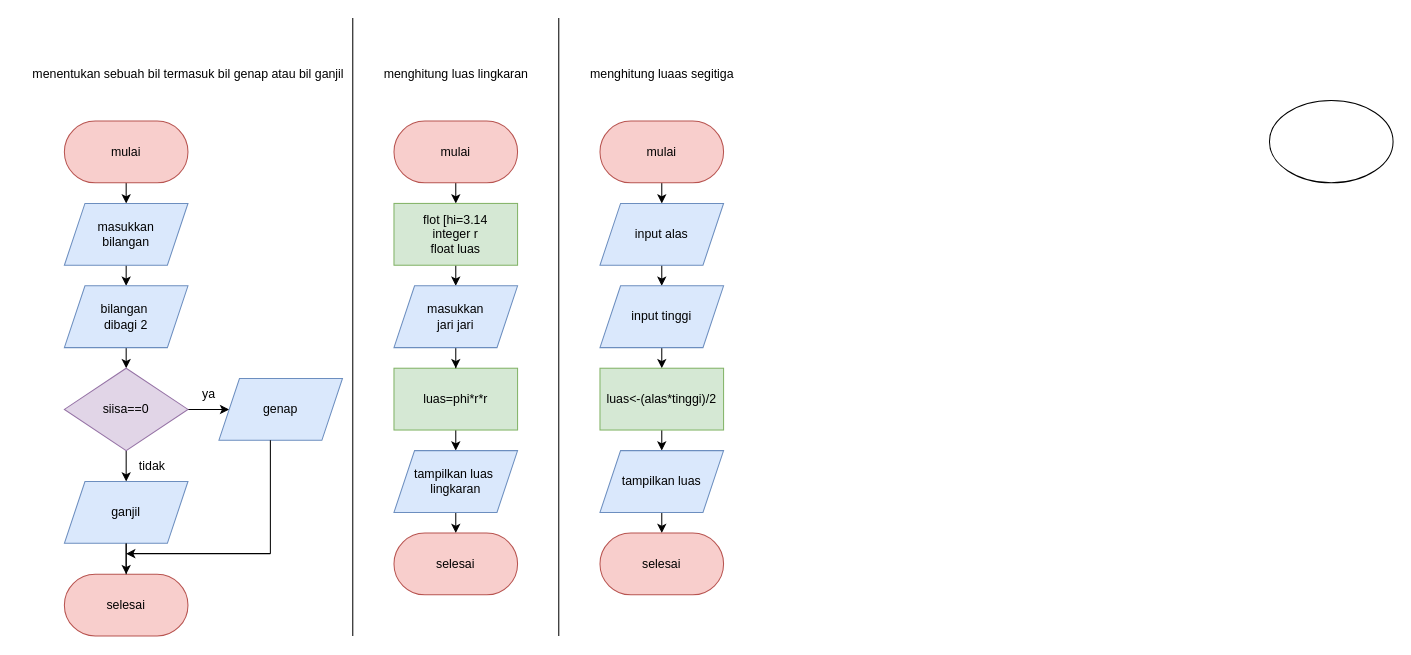
Zofita07/Algo_C_23241085 keeps this draw.io diagram as Untitled Diagram.drawio. Above is the earlier version. Source tidied: cells renumbered, new cells numbered last; positions are measured from the earlier drawing's top-left corner, leaving out a move shared by most shapes. Both pictures are drawn from the tidied source at 103%, with x=0, y=0 at pixel (18, 18).
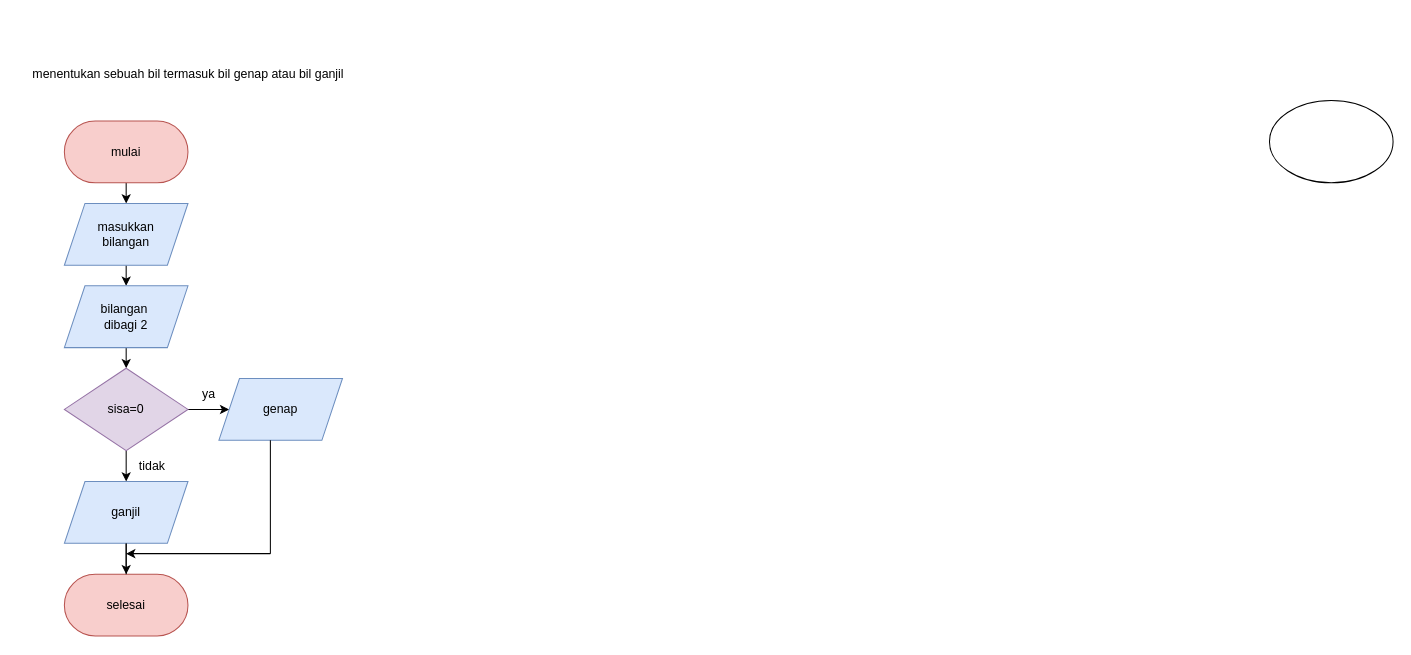
After the change.

Commit message:
Update menentuykan sebuah bil ganjil n genap

What changed in the source:
```diff
@@
-    <mxCell id="9" value="siisa==0" style="rhombus;whiteSpace=wrap;html=1;fillColor=#e1d5e7;strokeColor=#9673a6;" parent="1" vertex="1">
+    <mxCell id="9" value="sisa=0" style="rhombus;whiteSpace=wrap;html=1;fillColor=#e1d5e7;strokeColor=#9673a6;" parent="1" vertex="1">
       <mxGeometry x="45" y="340" width="120" height="80" as="geometry" />
     </mxCell>
@@
-    <mxCell id="15" style="endArrow=none;html=1;rounded=0;" parent="1" edge="1">
-      <mxGeometry relative="1" as="geometry">
-        <mxPoint x="325" y="600" as="sourcePoint" />
-        <mxPoint x="325" as="targetPoint" />
-      </mxGeometry>
-    </mxCell>
@@
-    <mxCell id="18" style="edgeStyle=orthogonalEdgeStyle;rounded=0;orthogonalLoop=1;jettySize=auto;html=1;exitX=0.5;exitY=1;exitDx=0;exitDy=0;" parent="1" edge="1">
-      <mxGeometry relative="1" as="geometry">
-        <mxPoint x="425" y="160" as="sourcePoint" />
-        <mxPoint x="425" y="180" as="targetPoint" />
-      </mxGeometry>
-    </mxCell>
-    <mxCell id="19" style="edgeStyle=orthogonalEdgeStyle;rounded=0;jettySize=auto;html=1;" parent="1" edge="1" source="20">
-      <mxGeometry relative="1" as="geometry">
-        <mxPoint x="425" y="420" as="targetPoint" />
-      </mxGeometry>
-    </mxCell>
-    <mxCell id="20" value="luas=phi*r*r" style="rounded=0;whiteSpace=wrap;html=1;fillColor=#d5e8d4;strokeColor=#82b366;" parent="1" vertex="1">
-      <mxGeometry x="365" y="340" width="120" height="60" as="geometry" />
-    </mxCell>
@@
-    <mxCell id="22" style="edgeStyle=orthogonalEdgeStyle;rounded=0;jettySize=auto;html=1;" parent="1" edge="1" source="23">
-      <mxGeometry relative="1" as="geometry">
-        <mxPoint x="425" y="500" as="targetPoint" />
-      </mxGeometry>
-    </mxCell>
-    <mxCell id="23" value="tampilkan luas&amp;nbsp;&lt;br&gt;lingkaran" style="shape=parallelogram;perimeter=parallelogramPerimeter;whiteSpace=wrap;html=1;fixedSize=1;fillColor=#dae8fc;strokeColor=#6c8ebf;" parent="1" vertex="1">
-      <mxGeometry x="365" y="420" width="120" height="60" as="geometry" />
-    </mxCell>
-    <mxCell id="24" style="edgeStyle=orthogonalEdgeStyle;rounded=0;orthogonalLoop=1;jettySize=auto;html=1;" parent="1" edge="1">
-      <mxGeometry relative="1" as="geometry">
-        <mxPoint x="425" y="240" as="sourcePoint" />
-        <mxPoint x="425" y="260" as="targetPoint" />
-      </mxGeometry>
-    </mxCell>
-    <mxCell id="25" style="edgeStyle=orthogonalEdgeStyle;rounded=0;jettySize=auto;html=1;entryX=0.5;entryY=0;entryDx=0;entryDy=0;" parent="1" edge="1" source="26" target="20">
-      <mxGeometry relative="1" as="geometry" />
-    </mxCell>
-    <mxCell id="26" value="masukkan&lt;br&gt;jari jari" style="shape=parallelogram;perimeter=parallelogramPerimeter;whiteSpace=wrap;html=1;fixedSize=1;fillColor=#dae8fc;strokeColor=#6c8ebf;" parent="1" vertex="1">
-      <mxGeometry x="365" y="260" width="120" height="60" as="geometry" />
-    </mxCell>
-    <mxCell id="27" value="flot [hi=3.14&lt;br&gt;integer r&lt;br&gt;float luas" style="rounded=0;whiteSpace=wrap;html=1;fillColor=#d5e8d4;strokeColor=#82b366;" parent="1" vertex="1">
-      <mxGeometry x="365" y="180" width="120" height="60" as="geometry" />
-    </mxCell>
-    <mxCell id="28" value="menghitung luas lingkaran" style="text;html=1;align=center;verticalAlign=middle;strokeColor=none;fillColor=none;" parent="1" vertex="1">
-      <mxGeometry x="345" y="40" width="160" height="30" as="geometry" />
-    </mxCell>
-    <mxCell id="29" style="endArrow=none;html=1;rounded=0;" parent="1" edge="1">
-      <mxGeometry relative="1" as="geometry">
-        <mxPoint x="525" y="600" as="sourcePoint" />
-        <mxPoint x="525" as="targetPoint" />
-      </mxGeometry>
-    </mxCell>
-    <mxCell id="30" style="edgeStyle=orthogonalEdgeStyle;rounded=0;orthogonalLoop=1;jettySize=auto;html=1;" parent="1" edge="1">
-      <mxGeometry relative="1" as="geometry">
-        <mxPoint x="625" y="160" as="sourcePoint" />
-        <mxPoint x="625" y="180" as="targetPoint" />
-      </mxGeometry>
-    </mxCell>
-    <mxCell id="31" style="edgeStyle=orthogonalEdgeStyle;rounded=0;jettySize=auto;html=1;" parent="1" edge="1" source="32">
-      <mxGeometry relative="1" as="geometry">
-        <mxPoint x="625" y="260" as="targetPoint" />
-      </mxGeometry>
-    </mxCell>
-    <mxCell id="32" value="input alas" style="shape=parallelogram;perimeter=parallelogramPerimeter;whiteSpace=wrap;html=1;fixedSize=1;fillColor=#dae8fc;strokeColor=#6c8ebf;" parent="1" vertex="1">
-      <mxGeometry x="565" y="180" width="120" height="60" as="geometry" />
-    </mxCell>
-    <mxCell id="33" style="edgeStyle=orthogonalEdgeStyle;rounded=0;jettySize=auto;html=1;" parent="1" edge="1" source="34">
-      <mxGeometry relative="1" as="geometry">
-        <mxPoint x="625" y="340" as="targetPoint" />
-      </mxGeometry>
-    </mxCell>
-    <mxCell id="34" value="input tinggi" style="shape=parallelogram;perimeter=parallelogramPerimeter;whiteSpace=wrap;html=1;fixedSize=1;fillColor=#dae8fc;strokeColor=#6c8ebf;" parent="1" vertex="1">
-      <mxGeometry x="565" y="260" width="120" height="60" as="geometry" />
-    </mxCell>
-    <mxCell id="35" style="edgeStyle=orthogonalEdgeStyle;rounded=0;jettySize=auto;html=1;" parent="1" edge="1" source="36">
-      <mxGeometry relative="1" as="geometry">
-        <mxPoint x="625" y="420" as="targetPoint" />
-      </mxGeometry>
-    </mxCell>
-    <mxCell id="36" value="luas&amp;lt;-(alas*tinggi)/2" style="rounded=0;whiteSpace=wrap;html=1;fillColor=#d5e8d4;strokeColor=#82b366;" parent="1" vertex="1">
-      <mxGeometry x="565" y="340" width="120" height="60" as="geometry" />
-    </mxCell>
-    <mxCell id="37" style="edgeStyle=orthogonalEdgeStyle;rounded=0;jettySize=auto;html=1;" parent="1" edge="1" source="38">
-      <mxGeometry relative="1" as="geometry">
-        <mxPoint x="625" y="500" as="targetPoint" />
-      </mxGeometry>
-    </mxCell>
-    <mxCell id="38" value="tampilkan luas" style="shape=parallelogram;perimeter=parallelogramPerimeter;whiteSpace=wrap;html=1;fixedSize=1;fillColor=#dae8fc;strokeColor=#6c8ebf;" parent="1" vertex="1">
-      <mxGeometry x="565" y="420" width="120" height="60" as="geometry" />
-    </mxCell>
-    <mxCell id="39" value="menghitung luaas segitiga" style="text;html=1;align=center;verticalAlign=middle;strokeColor=none;fillColor=none;" parent="1" vertex="1">
-      <mxGeometry x="545" y="40" width="160" height="30" as="geometry" />
-    </mxCell>
@@
-    <mxCell id="41" value="selesai" style="rounded=1;whiteSpace=wrap;html=1;arcSize=50;fillColor=#f8cecc;strokeColor=#b85450;" parent="1" vertex="1">
-      <mxGeometry x="365" y="500" width="120" height="60" as="geometry" />
-    </mxCell>
-    <mxCell id="42" value="selesai" style="rounded=1;whiteSpace=wrap;html=1;arcSize=50;fillColor=#f8cecc;strokeColor=#b85450;" parent="1" vertex="1">
-      <mxGeometry x="565" y="500" width="120" height="60" as="geometry" />
-    </mxCell>
@@
-    <mxCell id="44" value="mulai" style="rounded=1;whiteSpace=wrap;html=1;arcSize=50;fillColor=#f8cecc;strokeColor=#b85450;" parent="1" vertex="1">
-      <mxGeometry x="365" y="100" width="120" height="60" as="geometry" />
-    </mxCell>
-    <mxCell id="45" value="mulai" style="rounded=1;whiteSpace=wrap;html=1;arcSize=50;fillColor=#f8cecc;strokeColor=#b85450;" parent="1" vertex="1">
-      <mxGeometry x="565" y="100" width="120" height="60" as="geometry" />
-    </mxCell>
```
